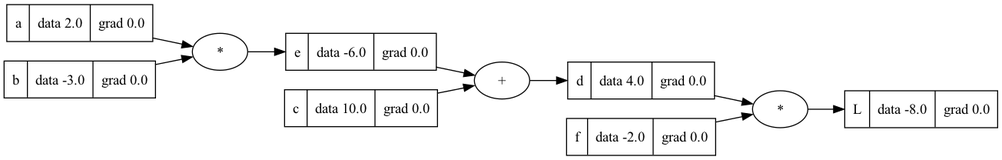
The Graphviz diagram tree.png in LucianBuzzo/gradnite, before a commit. Its source is kept beside it as tree.dot.
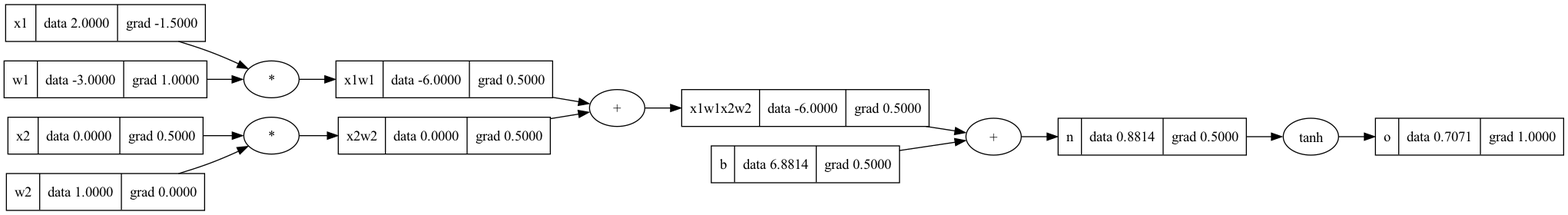
After the change.

Diff of the diagram source:
```diff
@@ -1,22 +1,32 @@
 digraph {
 rankdir=LR;
-n7 [label="{ L | data -8.0 | grad 0.0 }", shape=record];
+n10 [label="{ o | data 0.7071 | grad 1.0000 }", shape=record];
+n10mul [label="tanh"];
+n10mul -> n10;
+n9 [label="{ n | data 0.8814 | grad 0.5000 }", shape=record];
+n9plus [label="+"];
+n9plus -> n9;
+n8 [label="{ x1w1x2w2 | data -6.0000 | grad 0.5000 }", shape=record];
+n8plus [label="+"];
+n8plus -> n8;
+n6 [label="{ x1w1 | data -6.0000 | grad 0.5000 }", shape=record];
+n6mul [label="*"];
+n6mul -> n6;
+n1 [label="{ x1 | data 2.0000 | grad -1.5000 }", shape=record];
+n3 [label="{ w1 | data -3.0000 | grad 1.0000 }", shape=record];
+n7 [label="{ x2w2 | data 0.0000 | grad 0.5000 }", shape=record];
 n7mul [label="*"];
 n7mul -> n7;
-n5 [label="{ d | data 4.0 | grad 0.0 }", shape=record];
-n5plus [label="+"];
-n5plus -> n5;
-n4 [label="{ e | data -6.0 | grad 0.0 }", shape=record];
-n4mul [label="*"];
-n4mul -> n4;
-n1 [label="{ a | data 2.0 | grad 0.0 }", shape=record];
-n2 [label="{ b | data -3.0 | grad 0.0 }", shape=record];
-n3 [label="{ c | data 10.0 | grad 0.0 }", shape=record];
-n6 [label="{ f | data -2.0 | grad 0.0 }", shape=record];
-n5 -> n7mul;
-n4 -> n5plus;
-n1 -> n4mul;
-n2 -> n4mul;
-n3 -> n5plus;
-n6 -> n7mul;
+n2 [label="{ x2 | data 0.0000 | grad 0.5000 }", shape=record];
+n4 [label="{ w2 | data 1.0000 | grad 0.0000 }", shape=record];
+n5 [label="{ b | data 6.8814 | grad 0.5000 }", shape=record];
+n9 -> n10mul;
+n8 -> n9plus;
+n6 -> n8plus;
+n1 -> n6mul;
+n3 -> n6mul;
+n7 -> n8plus;
+n2 -> n7mul;
+n4 -> n7mul;
+n5 -> n9plus;
 }
```
